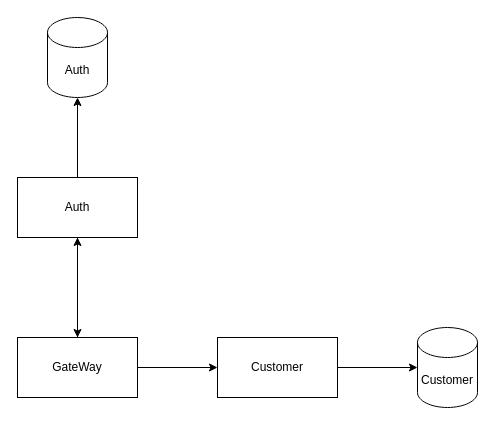
ndhuy3011/System_Flow keeps this draw.io diagram as system_flow.drawio. Above is the earlier version. Source tidied: cells renumbered, new cells numbered last; positions are measured from the earlier drawing's top-left corner, leaving out a move shared by most shapes. Both pictures are drawn from the tidied source at 100%, with x=0, y=0 at pixel (17, 17).
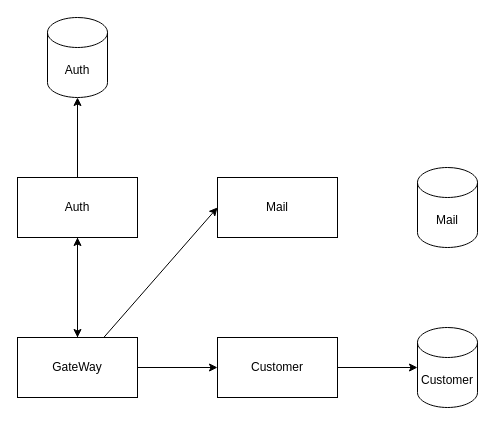
After the change.

What changed in the source:
```diff
@@
 <mxGraphModel>
   <root>
     <mxCell id="0" />
     <mxCell id="1" parent="0" />
     <mxCell id="2" style="edgeStyle=none;html=1;" parent="1" edge="1" source="4" target="7">
       <mxGeometry relative="1" as="geometry" />
     </mxCell>
     <mxCell id="3" style="edgeStyle=none;html=1;" parent="1" edge="1" source="4" target="10">
       <mxGeometry relative="1" as="geometry" />
     </mxCell>
     <mxCell id="4" value="Auth" style="whiteSpace=wrap;html=1;" parent="1" vertex="1">
       <mxGeometry y="160" width="120" height="60" as="geometry" />
     </mxCell>
     <mxCell id="5" style="edgeStyle=none;html=1;entryX=0.5;entryY=1;entryDx=0;entryDy=0;" parent="1" edge="1" source="7" target="4">
       <mxGeometry relative="1" as="geometry" />
     </mxCell>
     <mxCell id="6" style="edgeStyle=none;html=1;" parent="1" edge="1" source="7" target="9">
       <mxGeometry relative="1" as="geometry" />
     </mxCell>
+    <mxCell id="12" style="edgeStyle=none;html=1;entryX=0;entryY=0.5;entryDx=0;entryDy=0;" parent="1" edge="1" source="7" target="13">
+      <mxGeometry relative="1" as="geometry" />
+    </mxCell>
     <mxCell id="7" value="GateWay" style="whiteSpace=wrap;html=1;" parent="1" vertex="1">
       <mxGeometry y="320" width="120" height="60" as="geometry" />
     </mxCell>
     <mxCell id="8" style="edgeStyle=none;html=1;" parent="1" edge="1" source="9" target="11">
       <mxGeometry relative="1" as="geometry" />
     </mxCell>
     <mxCell id="9" value="Customer" style="whiteSpace=wrap;html=1;" parent="1" vertex="1">
       <mxGeometry x="200" y="320" width="120" height="60" as="geometry" />
     </mxCell>
     <mxCell id="10" value="Auth" style="shape=cylinder3;whiteSpace=wrap;html=1;boundedLbl=1;backgroundOutline=1;size=15;" parent="1" vertex="1">
       <mxGeometry x="30" width="60" height="80" as="geometry" />
     </mxCell>
     <mxCell id="11" value="Customer" style="shape=cylinder3;whiteSpace=wrap;html=1;boundedLbl=1;backgroundOutline=1;size=15;" parent="1" vertex="1">
       <mxGeometry x="400" y="310" width="60" height="80" as="geometry" />
     </mxCell>
+    <mxCell id="13" value="Mail" style="whiteSpace=wrap;html=1;" parent="1" vertex="1">
+      <mxGeometry x="200" y="160" width="120" height="60" as="geometry" />
+    </mxCell>
+    <mxCell id="14" value="Mail&lt;br&gt;" style="shape=cylinder3;whiteSpace=wrap;html=1;boundedLbl=1;backgroundOutline=1;size=15;" parent="1" vertex="1">
+      <mxGeometry x="400" y="150" width="60" height="80" as="geometry" />
+    </mxCell>
   </root>
 </mxGraphModel>
```
